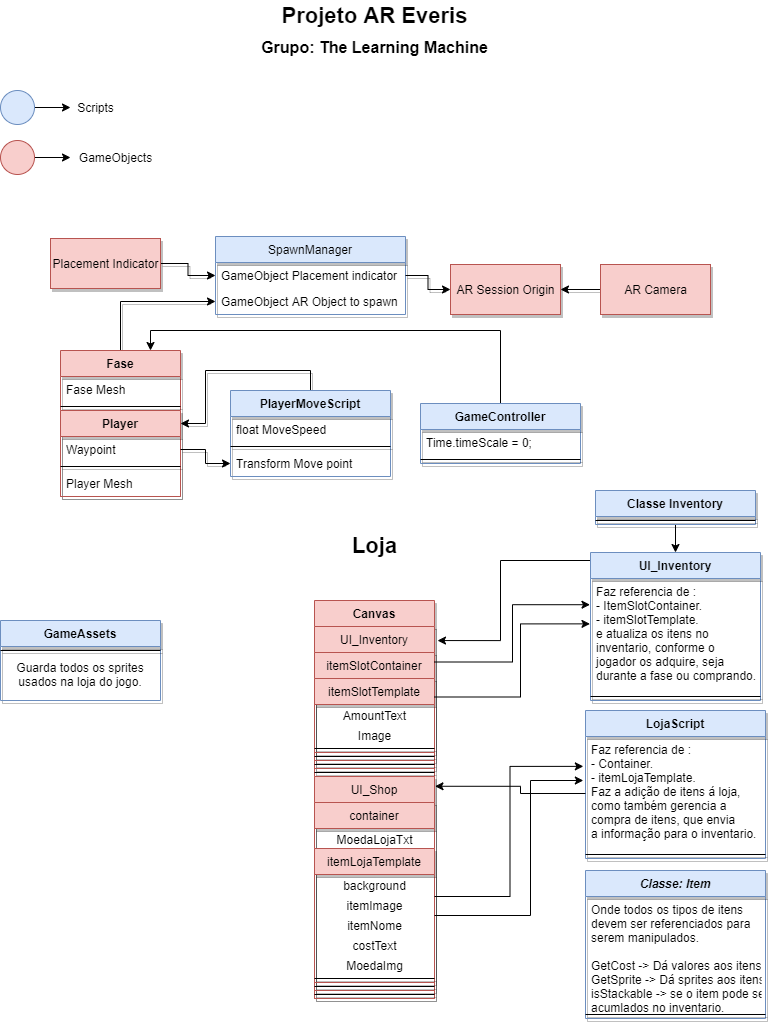
This is Projeto_AR.drawio.png from machaulay/Fluxograma_ProjetoAR, a draw.io export, as it was before one commit. Source tidied: cells renumbered, new cells last; positions are measured from the earlier drawing's top-left corner, leaving out a move shared by most shapes.
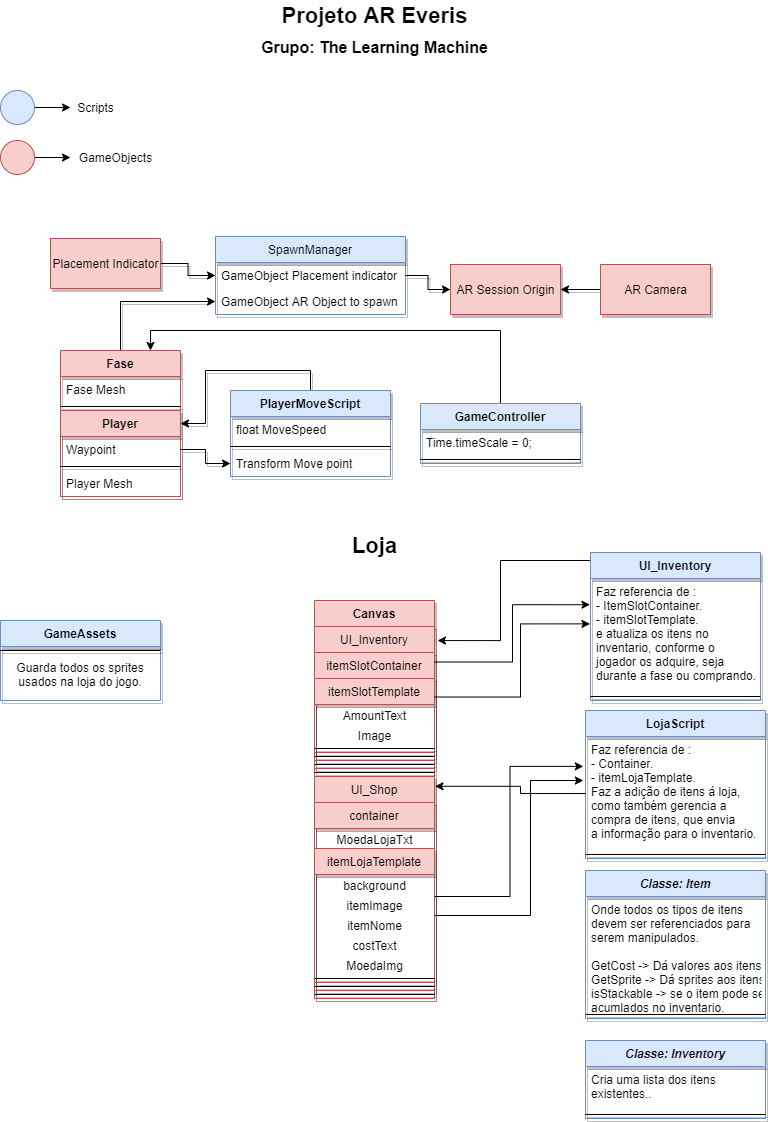
The same diagram one commit later.

What changed in the source:
```diff
@@ -219,15 +219,6 @@
         </Array>
       </mxGeometry>
     </mxCell>
-    <mxCell id="71" style="edgeStyle=orthogonalEdgeStyle;rounded=0;jettySize=auto;html=1;entryX=0.5;entryY=0;entryDx=0;entryDy=0;fontSize=16;" parent="1" edge="1" source="72" target="41">
-      <mxGeometry relative="1" as="geometry" />
-    </mxCell>
-    <mxCell id="72" value="Classe Inventory" style="swimlane;fontStyle=1;align=center;verticalAlign=top;horizontal=1;startSize=26;shadow=1;fillColor=#dae8fc;strokeColor=#6c8ebf;" parent="1" vertex="1">
-      <mxGeometry x="595" y="490" width="160" height="34" as="geometry" />
-    </mxCell>
-    <mxCell id="73" style="line;strokeWidth=1;fillColor=none;align=left;verticalAlign=middle;spacingTop=-1;spacingLeft=3;spacingRight=3;labelPosition=right;shadow=1;" parent="72" vertex="1">
-      <mxGeometry y="26" width="160" height="8" as="geometry" />
-    </mxCell>
     <mxCell id="74" style="edgeStyle=orthogonalEdgeStyle;rounded=0;jettySize=auto;html=1;exitX=1;exitY=0.25;exitDx=0;exitDy=0;entryX=-0.003;entryY=0.23;entryDx=0;entryDy=0;entryPerimeter=0;fontSize=16;" parent="1" edge="1" source="45" target="42">
       <mxGeometry relative="1" as="geometry" />
     </mxCell>
@@ -259,5 +250,14 @@
     <mxCell id="80" style="line;strokeWidth=1;fillColor=none;align=left;verticalAlign=middle;spacingTop=-1;spacingLeft=3;spacingRight=3;labelPosition=right;shadow=1;" parent="78" vertex="1">
       <mxGeometry y="140" width="180" height="8" as="geometry" />
     </mxCell>
+    <mxCell id="81" value="Classe: Inventory" style="swimlane;fontStyle=3;align=center;verticalAlign=top;horizontal=1;startSize=26;shadow=1;fillColor=#dae8fc;strokeColor=#6c8ebf;" parent="1" vertex="1">
+      <mxGeometry x="585" y="1040" width="180" height="78" as="geometry" />
+    </mxCell>
+    <mxCell id="82" value="Cria uma lista dos itens &#10;existentes.." style="text;strokeColor=none;fillColor=none;align=left;verticalAlign=top;spacingLeft=4;spacingRight=4;overflow=hidden;shadow=1;" parent="81" vertex="1">
+      <mxGeometry y="26" width="180" height="44" as="geometry" />
+    </mxCell>
+    <mxCell id="83" style="line;strokeWidth=1;fillColor=none;align=left;verticalAlign=middle;spacingTop=-1;spacingLeft=3;spacingRight=3;labelPosition=right;shadow=1;" parent="81" vertex="1">
+      <mxGeometry y="70" width="180" height="8" as="geometry" />
+    </mxCell>
   </root>
 </mxGraphModel>
```
